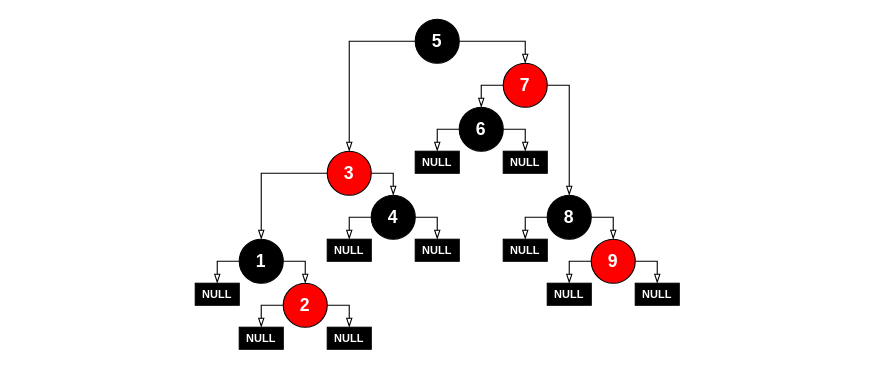
Above: projects/examples/source/10.34.drawio in i-s-m-mipt/Education (draw.io), before the change. Source tidied: cells renumbered, new cells numbered last; positions are measured from the earlier drawing's top-left corner, leaving out a move shared by most shapes. Both pictures are drawn from the tidied source at 110%, with x=0, y=0 at pixel (195, 19).
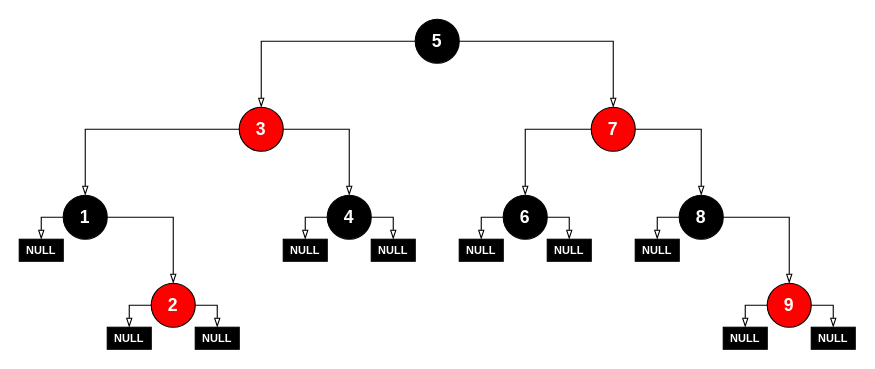
The same diagram, later.

Unchanged cells that the change refers to:
```xml
<mxCell id="2" value="&lt;font color=&quot;#ffffff&quot;&gt;&lt;b&gt;5&lt;/b&gt;&lt;/font&gt;" style="ellipse;whiteSpace=wrap;html=1;fillColor=#000000;fontFamily=Helvetica;fontSize=16;" parent="1" vertex="1">
  <mxGeometry x="200" width="40" height="40" as="geometry" />
</mxCell>
```

The edit, as a diff of the source:
```diff
@@
     <mxCell id="3" value="&lt;font style=&quot;color: rgb(255, 255, 255);&quot;&gt;&lt;b&gt;3&lt;/b&gt;&lt;/font&gt;" style="ellipse;whiteSpace=wrap;html=1;fillColor=#FF0000;fontFamily=Helvetica;fontSize=16;fontColor=#000000;" parent="1" vertex="1">
-      <mxGeometry x="120" y="120" width="40" height="40" as="geometry" />
+      <mxGeometry x="40" y="80" width="40" height="40" as="geometry" />
     </mxCell>
     <mxCell id="4" value="&lt;font style=&quot;color: rgb(255, 255, 255);&quot;&gt;&lt;b&gt;7&lt;/b&gt;&lt;/font&gt;" style="ellipse;whiteSpace=wrap;html=1;fillColor=#FF0000;fontFamily=Helvetica;fontSize=16;fontColor=#000000;" parent="1" vertex="1">
-      <mxGeometry x="280" y="40" width="40" height="40" as="geometry" />
+      <mxGeometry x="360" y="80" width="40" height="40" as="geometry" />
     </mxCell>
     <mxCell id="5" value="&lt;font color=&quot;#ffffff&quot;&gt;&lt;b&gt;1&lt;/b&gt;&lt;/font&gt;" style="ellipse;whiteSpace=wrap;html=1;fillColor=#000000;fontFamily=Helvetica;fontSize=16;" parent="1" vertex="1">
-      <mxGeometry x="40" y="200" width="40" height="40" as="geometry" />
+      <mxGeometry x="-120" y="160" width="40" height="40" as="geometry" />
     </mxCell>
     <mxCell id="6" value="&lt;font color=&quot;#ffffff&quot;&gt;&lt;b&gt;4&lt;/b&gt;&lt;/font&gt;" style="ellipse;whiteSpace=wrap;html=1;fillColor=#000000;fontFamily=Helvetica;fontSize=16;" parent="1" vertex="1">
-      <mxGeometry x="160" y="160" width="40" height="40" as="geometry" />
+      <mxGeometry x="120" y="160" width="40" height="40" as="geometry" />
     </mxCell>
     <mxCell id="7" value="&lt;font style=&quot;color: rgb(255, 255, 255);&quot;&gt;&lt;b&gt;2&lt;/b&gt;&lt;/font&gt;" style="ellipse;whiteSpace=wrap;html=1;fillColor=#FF0000;fontFamily=Helvetica;fontSize=16;fontColor=#000000;" parent="1" vertex="1">
-      <mxGeometry x="80" y="240" width="40" height="40" as="geometry" />
+      <mxGeometry x="-40" y="240" width="40" height="40" as="geometry" />
     </mxCell>
     <mxCell id="8" style="endArrow=blockThin;html=1;rounded=0;endFill=0;strokeWidth=1;exitX=0;exitY=0.5;exitDx=0;exitDy=0;entryX=0.5;entryY=0;entryDx=0;entryDy=0;fontFamily=Helvetica;fontSize=16;" parent="1" edge="1" source="3" target="5">
       <mxGeometry relative="1" as="geometry">
         <Array as="points">
-          <mxPoint x="60" y="140" />
+          <mxPoint x="-100" y="100" />
         </Array>
       </mxGeometry>
     </mxCell>
     <mxCell id="9" style="endArrow=blockThin;html=1;rounded=0;exitX=0;exitY=0.5;exitDx=0;exitDy=0;entryX=0.5;entryY=0;entryDx=0;entryDy=0;endFill=0;strokeWidth=1;fontFamily=Helvetica;fontSize=16;" parent="1" edge="1" source="2" target="3">
       <mxGeometry relative="1" as="geometry">
         <Array as="points">
-          <mxPoint x="140" y="20" />
+          <mxPoint x="60" y="20" />
         </Array>
       </mxGeometry>
     </mxCell>
     <mxCell id="10" style="endArrow=blockThin;html=1;rounded=0;exitX=1;exitY=0.5;exitDx=0;exitDy=0;entryX=0.5;entryY=0;entryDx=0;entryDy=0;endFill=0;strokeWidth=1;fontFamily=Helvetica;fontSize=16;" parent="1" edge="1" source="3" target="6">
       <mxGeometry relative="1" as="geometry">
         <Array as="points">
-          <mxPoint x="180" y="140" />
+          <mxPoint x="140" y="100" />
         </Array>
       </mxGeometry>
     </mxCell>
     <mxCell id="11" style="endArrow=blockThin;html=1;rounded=0;entryX=0.5;entryY=0;entryDx=0;entryDy=0;endFill=0;strokeWidth=1;exitX=1;exitY=0.5;exitDx=0;exitDy=0;fontFamily=Helvetica;fontSize=16;" parent="1" edge="1" source="5" target="7">
       <mxGeometry relative="1" as="geometry">
         <Array as="points">
-          <mxPoint x="100" y="220" />
+          <mxPoint x="-20" y="180" />
         </Array>
       </mxGeometry>
     </mxCell>
     <mxCell id="12" value="&lt;font color=&quot;#ffffff&quot;&gt;&lt;b&gt;6&lt;/b&gt;&lt;/font&gt;" style="ellipse;whiteSpace=wrap;html=1;fillColor=#000000;fontFamily=Helvetica;fontSize=16;" parent="1" vertex="1">
-      <mxGeometry x="240" y="80" width="40" height="40" as="geometry" />
+      <mxGeometry x="280" y="160" width="40" height="40" as="geometry" />
     </mxCell>
     <mxCell id="13" style="endArrow=blockThin;html=1;rounded=0;exitX=1;exitY=0.5;exitDx=0;exitDy=0;entryX=0.5;entryY=0;entryDx=0;entryDy=0;endFill=0;strokeWidth=1;fontFamily=Helvetica;fontSize=16;startSize=6;targetPerimeterSpacing=0;endSize=6;" parent="1" edge="1" source="2" target="4">
       <mxGeometry relative="1" as="geometry">
         <Array as="points">
-          <mxPoint x="300" y="20" />
+          <mxPoint x="380" y="20" />
         </Array>
       </mxGeometry>
     </mxCell>
     <mxCell id="14" style="endArrow=blockThin;html=1;rounded=0;exitX=0;exitY=0.5;exitDx=0;exitDy=0;entryX=0.5;entryY=0;entryDx=0;entryDy=0;endFill=0;strokeWidth=1;fontFamily=Helvetica;fontSize=16;" parent="1" edge="1" source="4" target="12">
       <mxGeometry relative="1" as="geometry">
         <Array as="points">
-          <mxPoint x="260" y="60" />
+          <mxPoint x="300" y="100" />
         </Array>
       </mxGeometry>
     </mxCell>
     <mxCell id="15" value="&lt;font color=&quot;#ffffff&quot;&gt;&lt;b&gt;8&lt;/b&gt;&lt;/font&gt;" style="ellipse;whiteSpace=wrap;html=1;fillColor=#000000;fontFamily=Helvetica;fontSize=16;" parent="1" vertex="1">
-      <mxGeometry x="320" y="160" width="40" height="40" as="geometry" />
+      <mxGeometry x="440" y="160" width="40" height="40" as="geometry" />
     </mxCell>
     <mxCell id="16" style="endArrow=blockThin;html=1;rounded=0;exitX=1;exitY=0.5;exitDx=0;exitDy=0;entryX=0.5;entryY=0;entryDx=0;entryDy=0;endFill=0;strokeWidth=1;fontFamily=Helvetica;fontSize=16;" parent="1" edge="1" source="4" target="15">
       <mxGeometry relative="1" as="geometry">
         <Array as="points">
-          <mxPoint x="340" y="60" />
+          <mxPoint x="460" y="100" />
         </Array>
       </mxGeometry>
     </mxCell>
     <mxCell id="17" value="&lt;font style=&quot;color: rgb(255, 255, 255);&quot;&gt;&lt;b&gt;9&lt;/b&gt;&lt;/font&gt;" style="ellipse;whiteSpace=wrap;html=1;fillColor=#FF0000;fontFamily=Helvetica;fontSize=16;fontColor=#000000;" parent="1" vertex="1">
-      <mxGeometry x="360" y="200" width="40" height="40" as="geometry" />
+      <mxGeometry x="520" y="240" width="40" height="40" as="geometry" />
     </mxCell>
     <mxCell id="18" style="endArrow=blockThin;html=1;rounded=0;exitX=0;exitY=0.5;exitDx=0;exitDy=0;endFill=0;strokeWidth=1;fontFamily=Helvetica;fontSize=16;" parent="1" edge="1" source="15">
       <mxGeometry relative="1" as="geometry">
-        <mxPoint x="300" y="200" as="targetPoint" />
+        <mxPoint x="420" y="200" as="targetPoint" />
         <Array as="points">
-          <mxPoint x="300" y="180" />
+          <mxPoint x="420" y="180" />
         </Array>
       </mxGeometry>
     </mxCell>
-    <mxCell id="19" style="endArrow=blockThin;html=1;rounded=0;exitX=1;exitY=0.5;exitDx=0;exitDy=0;endFill=0;strokeWidth=1;fontFamily=Helvetica;fontSize=16;" parent="1" edge="1" source="15">
+    <mxCell id="19" style="endArrow=blockThin;html=1;rounded=0;exitX=1;exitY=0.5;exitDx=0;exitDy=0;endFill=0;strokeWidth=1;fontFamily=Helvetica;fontSize=16;entryX=0.5;entryY=0;entryDx=0;entryDy=0;" parent="1" edge="1" source="15" target="17">
       <mxGeometry relative="1" as="geometry">
-        <mxPoint x="380" y="200" as="targetPoint" />
         <Array as="points">
-          <mxPoint x="380" y="180" />
+          <mxPoint x="540" y="180" />
         </Array>
       </mxGeometry>
     </mxCell>
     <mxCell id="20" style="endArrow=blockThin;html=1;rounded=0;endFill=0;strokeWidth=1;exitX=0;exitY=0.5;exitDx=0;exitDy=0;fontFamily=Helvetica;fontSize=16;" parent="1" edge="1" source="7">
       <mxGeometry relative="1" as="geometry">
-        <mxPoint x="60" y="280" as="targetPoint" />
+        <mxPoint x="-60" y="280" as="targetPoint" />
         <Array as="points">
-          <mxPoint x="60" y="260" />
+          <mxPoint x="-60" y="260" />
         </Array>
       </mxGeometry>
     </mxCell>
     <mxCell id="21" style="endArrow=blockThin;html=1;rounded=0;endFill=0;strokeWidth=1;exitX=1;exitY=0.5;exitDx=0;exitDy=0;fontFamily=Helvetica;fontSize=16;" parent="1" edge="1" source="7">
       <mxGeometry relative="1" as="geometry">
-        <mxPoint x="140" y="280" as="targetPoint" />
+        <mxPoint x="20" y="280" as="targetPoint" />
         <Array as="points">
-          <mxPoint x="140" y="260" />
+          <mxPoint x="20" y="260" />
         </Array>
       </mxGeometry>
     </mxCell>
     <mxCell id="22" style="endArrow=blockThin;html=1;rounded=0;endFill=0;strokeWidth=1;exitX=0;exitY=0.5;exitDx=0;exitDy=0;fontFamily=Helvetica;fontSize=16;" parent="1" edge="1" source="5">
       <mxGeometry relative="1" as="geometry">
-        <mxPoint x="20" y="240" as="targetPoint" />
+        <mxPoint x="-140" y="200" as="targetPoint" />
         <Array as="points">
-          <mxPoint x="20" y="220" />
+          <mxPoint x="-140" y="180" />
         </Array>
       </mxGeometry>
     </mxCell>
     <mxCell id="23" style="endArrow=blockThin;html=1;rounded=0;endFill=0;strokeWidth=1;exitX=0;exitY=0.5;exitDx=0;exitDy=0;fontFamily=Helvetica;fontSize=16;" parent="1" edge="1" source="6">
       <mxGeometry relative="1" as="geometry">
-        <mxPoint x="140" y="200" as="targetPoint" />
+        <mxPoint x="100" y="200" as="targetPoint" />
         <Array as="points">
-          <mxPoint x="140" y="180" />
+          <mxPoint x="100" y="180" />
         </Array>
       </mxGeometry>
     </mxCell>
-    <mxCell id="24" style="endArrow=blockThin;html=1;rounded=0;endFill=0;strokeWidth=1;exitX=1;exitY=0.5;exitDx=0;exitDy=0;fontFamily=Helvetica;fontSize=16;" parent="1" edge="1" source="12">
+    <mxCell id="24" style="endArrow=blockThin;html=1;rounded=0;endFill=0;strokeWidth=1;exitX=1;exitY=0.5;exitDx=0;exitDy=0;fontFamily=Helvetica;fontSize=16;" parent="1" edge="1">
       <mxGeometry relative="1" as="geometry">
-        <mxPoint x="300" y="120" as="targetPoint" />
+        <mxPoint x="320" y="180" as="sourcePoint" />
+        <mxPoint x="340" y="200" as="targetPoint" />
         <Array as="points">
-          <mxPoint x="300" y="100" />
+          <mxPoint x="340" y="180" />
         </Array>
       </mxGeometry>
     </mxCell>
-    <mxCell id="25" style="endArrow=blockThin;html=1;rounded=0;entryX=0.5;entryY=0;entryDx=0;entryDy=0;endFill=0;strokeWidth=1;exitX=0;exitY=0.5;exitDx=0;exitDy=0;fontFamily=Helvetica;fontSize=16;" parent="1" edge="1" source="12">
+    <mxCell id="25" style="endArrow=blockThin;html=1;rounded=0;entryX=0.5;entryY=0;entryDx=0;entryDy=0;endFill=0;strokeWidth=1;exitX=0;exitY=0.5;exitDx=0;exitDy=0;fontFamily=Helvetica;fontSize=16;" parent="1" edge="1" source="12" target="29">
       <mxGeometry relative="1" as="geometry">
-        <mxPoint x="220" y="120" as="targetPoint" />
         <Array as="points">
-          <mxPoint x="220" y="100" />
+          <mxPoint x="260" y="180" />
         </Array>
       </mxGeometry>
     </mxCell>
     <mxCell id="26" style="endArrow=blockThin;html=1;rounded=0;endFill=0;strokeWidth=1;exitX=1;exitY=0.5;exitDx=0;exitDy=0;fontFamily=Helvetica;fontSize=16;" parent="1" edge="1" source="6">
       <mxGeometry relative="1" as="geometry">
-        <mxPoint x="220" y="200" as="targetPoint" />
+        <mxPoint x="180" y="200" as="targetPoint" />
         <Array as="points">
-          <mxPoint x="220" y="180" />
+          <mxPoint x="180" y="180" />
         </Array>
       </mxGeometry>
     </mxCell>
     <mxCell id="27" style="endArrow=blockThin;html=1;rounded=0;exitX=0;exitY=0.5;exitDx=0;exitDy=0;endFill=0;strokeWidth=1;fontFamily=Helvetica;fontSize=16;" parent="1" edge="1" source="17">
       <mxGeometry relative="1" as="geometry">
-        <mxPoint x="340" y="240" as="targetPoint" />
+        <mxPoint x="500" y="280" as="targetPoint" />
         <Array as="points">
-          <mxPoint x="340" y="220" />
+          <mxPoint x="500" y="260" />
         </Array>
       </mxGeometry>
     </mxCell>
     <mxCell id="28" style="endArrow=blockThin;html=1;rounded=0;exitX=1;exitY=0.5;exitDx=0;exitDy=0;endFill=0;strokeWidth=1;fontFamily=Helvetica;fontSize=16;" parent="1" edge="1" source="17">
       <mxGeometry relative="1" as="geometry">
-        <mxPoint x="420" y="240" as="targetPoint" />
+        <mxPoint x="580" y="280" as="targetPoint" />
         <Array as="points">
-          <mxPoint x="420" y="220" />
+          <mxPoint x="580" y="260" />
         </Array>
       </mxGeometry>
     </mxCell>
     <mxCell id="29" value="&lt;b&gt;&lt;font style=&quot;font-size: 10px; color: rgb(255, 255, 255);&quot;&gt;NULL&lt;/font&gt;&lt;/b&gt;" style="rounded=0;whiteSpace=wrap;html=1;fillColor=#000000;" parent="1" vertex="1">
-      <mxGeometry x="200" y="120" width="40" height="20" as="geometry" />
+      <mxGeometry x="240" y="200" width="40" height="20" as="geometry" />
     </mxCell>
     <mxCell id="30" value="&lt;b&gt;&lt;font style=&quot;font-size: 10px; color: rgb(255, 255, 255);&quot;&gt;NULL&lt;/font&gt;&lt;/b&gt;" style="rounded=0;whiteSpace=wrap;html=1;fillColor=#000000;" parent="1" vertex="1">
-      <mxGeometry x="280" y="120" width="40" height="20" as="geometry" />
+      <mxGeometry x="320" y="200" width="40" height="20" as="geometry" />
     </mxCell>
     <mxCell id="31" value="&lt;b&gt;&lt;font style=&quot;font-size: 10px; color: rgb(255, 255, 255);&quot;&gt;NULL&lt;/font&gt;&lt;/b&gt;" style="rounded=0;whiteSpace=wrap;html=1;fillColor=#000000;" parent="1" vertex="1">
-      <mxGeometry x="120" y="200" width="40" height="20" as="geometry" />
+      <mxGeometry x="80" y="200" width="40" height="20" as="geometry" />
     </mxCell>
     <mxCell id="32" value="&lt;b&gt;&lt;font style=&quot;font-size: 10px; color: rgb(255, 255, 255);&quot;&gt;NULL&lt;/font&gt;&lt;/b&gt;" style="rounded=0;whiteSpace=wrap;html=1;fillColor=#000000;" parent="1" vertex="1">
-      <mxGeometry x="200" y="200" width="40" height="20" as="geometry" />
+      <mxGeometry x="160" y="200" width="40" height="20" as="geometry" />
     </mxCell>
     <mxCell id="33" value="&lt;b&gt;&lt;font style=&quot;font-size: 10px; color: rgb(255, 255, 255);&quot;&gt;NULL&lt;/font&gt;&lt;/b&gt;" style="rounded=0;whiteSpace=wrap;html=1;fillColor=#000000;" parent="1" vertex="1">
-      <mxGeometry y="240" width="40" height="20" as="geometry" />
+      <mxGeometry x="-160" y="200" width="40" height="20" as="geometry" />
     </mxCell>
     <mxCell id="34" value="&lt;b&gt;&lt;font style=&quot;font-size: 10px; color: rgb(255, 255, 255);&quot;&gt;NULL&lt;/font&gt;&lt;/b&gt;" style="rounded=0;whiteSpace=wrap;html=1;fillColor=#000000;" parent="1" vertex="1">
-      <mxGeometry x="40" y="280" width="40" height="20" as="geometry" />
+      <mxGeometry x="-80" y="280" width="40" height="20" as="geometry" />
     </mxCell>
     <mxCell id="35" value="&lt;b&gt;&lt;font style=&quot;font-size: 10px; color: rgb(255, 255, 255);&quot;&gt;NULL&lt;/font&gt;&lt;/b&gt;" style="rounded=0;whiteSpace=wrap;html=1;fillColor=#000000;" parent="1" vertex="1">
-      <mxGeometry x="120" y="280" width="40" height="20" as="geometry" />
+      <mxGeometry y="280" width="40" height="20" as="geometry" />
     </mxCell>
     <mxCell id="36" value="&lt;b&gt;&lt;font style=&quot;font-size: 10px; color: rgb(255, 255, 255);&quot;&gt;NULL&lt;/font&gt;&lt;/b&gt;" style="rounded=0;whiteSpace=wrap;html=1;fillColor=#000000;" parent="1" vertex="1">
-      <mxGeometry x="280" y="200" width="40" height="20" as="geometry" />
+      <mxGeometry x="400" y="200" width="40" height="20" as="geometry" />
     </mxCell>
     <mxCell id="37" value="&lt;b&gt;&lt;font style=&quot;font-size: 10px; color: rgb(255, 255, 255);&quot;&gt;NULL&lt;/font&gt;&lt;/b&gt;" style="rounded=0;whiteSpace=wrap;html=1;fillColor=#000000;" parent="1" vertex="1">
-      <mxGeometry x="400" y="240" width="40" height="20" as="geometry" />
+      <mxGeometry x="560" y="280" width="40" height="20" as="geometry" />
     </mxCell>
     <mxCell id="38" value="&lt;b&gt;&lt;font style=&quot;font-size: 10px; color: rgb(255, 255, 255);&quot;&gt;NULL&lt;/font&gt;&lt;/b&gt;" style="rounded=0;whiteSpace=wrap;html=1;fillColor=#000000;" parent="1" vertex="1">
-      <mxGeometry x="320" y="240" width="40" height="20" as="geometry" />
+      <mxGeometry x="480" y="280" width="40" height="20" as="geometry" />
     </mxCell>
```
